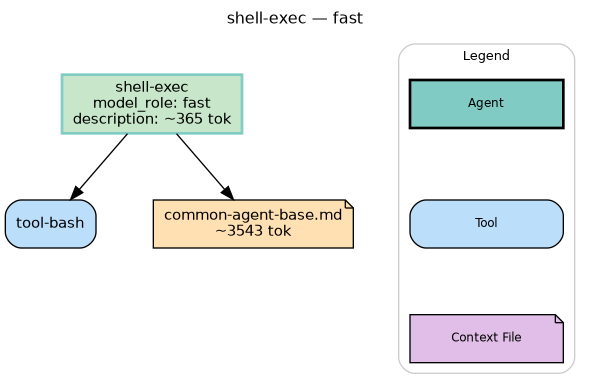
Earlier version of the Graphviz export agents/shell-exec.png (microsoft/amplifier-foundation). Its source is kept beside it as agents/shell-exec.dot. Its diagram source:
```dot
digraph shell_exec {
    rankdir=TB
    fontname="Helvetica"
    fontsize=12
    label="shell-exec — fast"
    labelloc=t
    labeljust=c
    nodesep=0.6
    ranksep=0.7
    bgcolor="white"
    source_hash="e3101cbffa437fa332c11ade70535273c97d29da6782f7d8882fbe91d574732e"

    node [fontname="Helvetica", fontsize=11, style="filled,rounded"]
    edge [fontname="Helvetica", fontsize=9]

    agent [label="shell-exec\nmodel_role: fast\ndescription: ~365 tok", shape=box, fillcolor="#c8e6c9", style="filled,bold", color="#80cbc4"]
    tool_tool_bash [label="tool-bash", shape=box, fillcolor="#bbdefb", style="filled,rounded"]
    ctx_foundation_context_shared_common_agent_base_md [label="common-agent-base.md\n~3543 tok", shape=note, fillcolor="#ffe0b2", style="filled"]

    agent -> tool_tool_bash
    agent -> ctx_foundation_context_shared_common_agent_base_md

    subgraph cluster_legend {
        label="Legend"
        style="filled,rounded"
        fillcolor="white"
        color="#cccccc"
        fontsize=10
        node [shape=box, fontsize=9, width=1.6]
        leg_agent [label="Agent", shape=box, fillcolor="#80cbc4", style="filled,bold"]
        leg_tool [label="Tool", shape=box, fillcolor="#bbdefb", style="filled,rounded"]
        leg_ctx [label="Context File", shape=note, fillcolor="#e1bee7", style="filled,rounded"]
        leg_agent -> leg_tool -> leg_ctx [style=invis]
    }
}
```
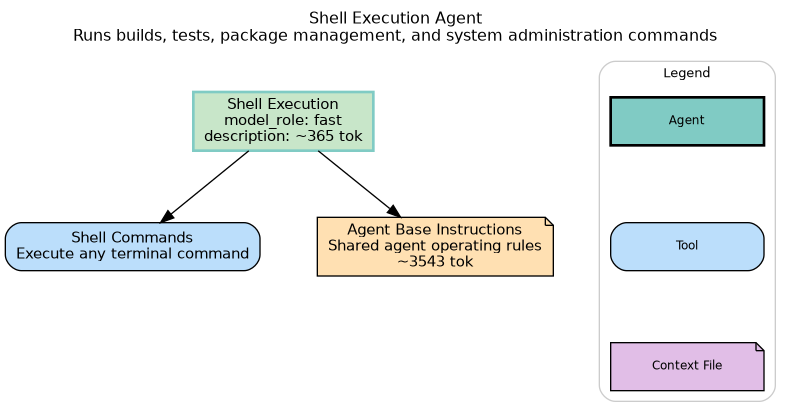
After the change.

Change to the diagram source:
```diff
@@ -2,7 +2,7 @@
     rankdir=TB
     fontname="Helvetica"
     fontsize=12
-    label="shell-exec — fast"
+    label="Shell Execution Agent\nRuns builds, tests, package management, and system administration commands"
     labelloc=t
     labeljust=c
     nodesep=0.6
@@ -13,9 +13,9 @@
     node [fontname="Helvetica", fontsize=11, style="filled,rounded"]
     edge [fontname="Helvetica", fontsize=9]
 
-    agent [label="shell-exec\nmodel_role: fast\ndescription: ~365 tok", shape=box, fillcolor="#c8e6c9", style="filled,bold", color="#80cbc4"]
-    tool_tool_bash [label="tool-bash", shape=box, fillcolor="#bbdefb", style="filled,rounded"]
-    ctx_foundation_context_shared_common_agent_base_md [label="common-agent-base.md\n~3543 tok", shape=note, fillcolor="#ffe0b2", style="filled"]
+    agent [label="Shell Execution\nmodel_role: fast\ndescription: ~365 tok", shape=box, fillcolor="#c8e6c9", style="filled,bold", color="#80cbc4"]
+    tool_tool_bash [label="Shell Commands\nExecute any terminal command", shape=box, fillcolor="#bbdefb", style="filled,rounded"]
+    ctx_foundation_context_shared_common_agent_base_md [label="Agent Base Instructions\nShared agent operating rules\n~3543 tok", shape=note, fillcolor="#ffe0b2", style="filled"]
 
     agent -> tool_tool_bash
     agent -> ctx_foundation_context_shared_common_agent_base_md
```
